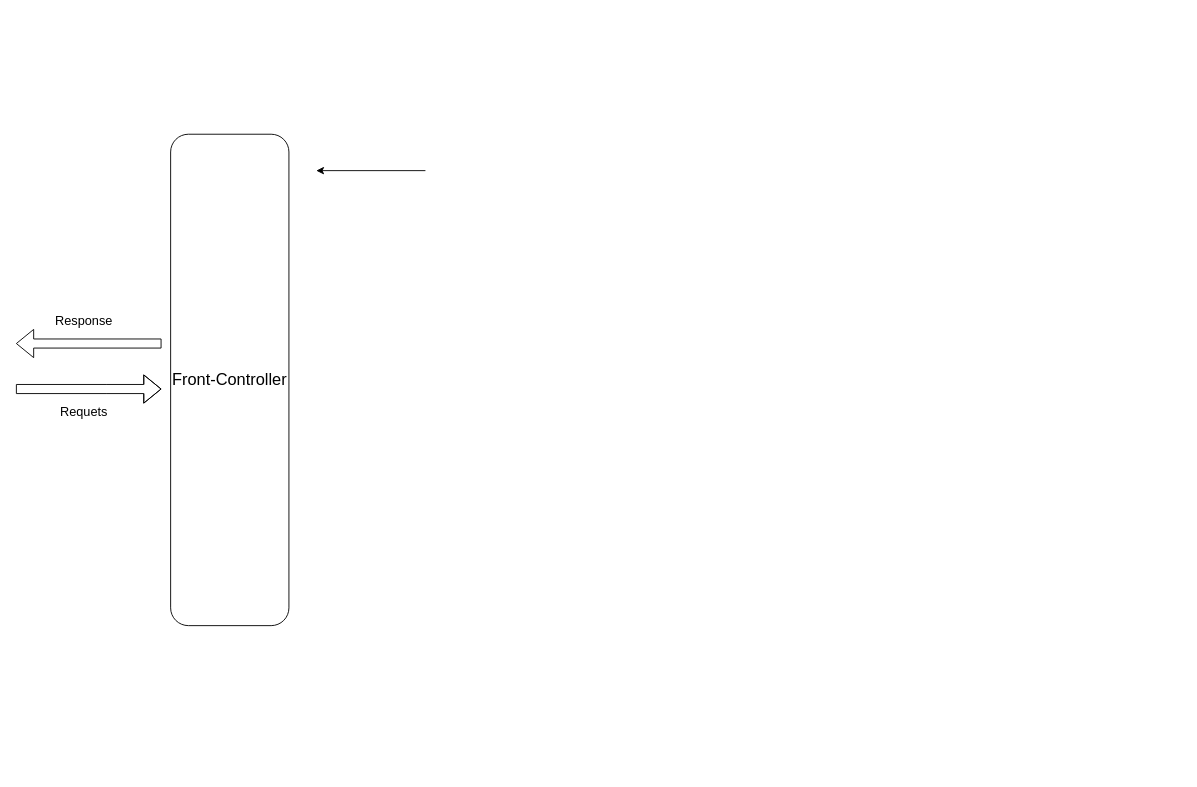
Before: Untitled Diagram.drawio in RealWarm/Board_example, a draw.io diagram. Source tidied: cells renumbered, new cells numbered last; positions are measured from the earlier drawing's top-left corner, leaving out a move shared by most shapes. Both pictures are drawn from the tidied source at 91%, with x=0, y=0 at pixel (15, 134).
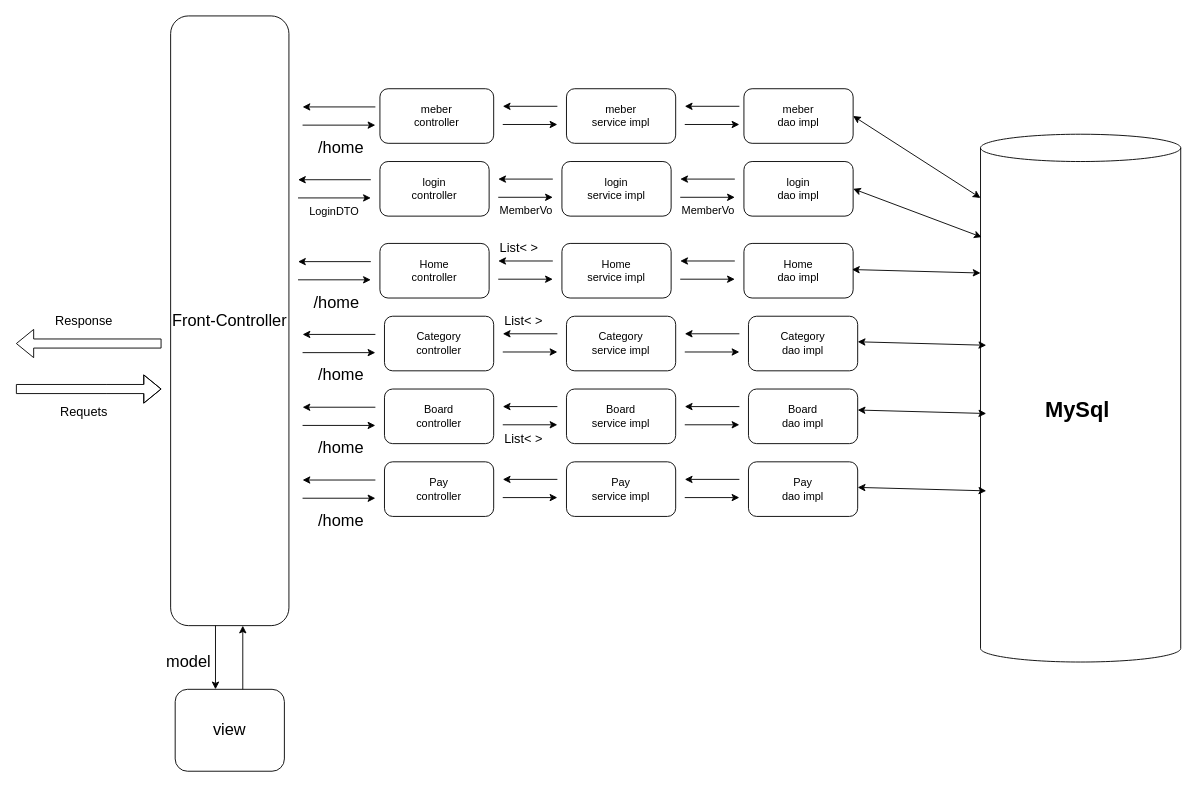
The same page after the edit.

The edit, as a diff of the source:
```diff
@@
     <mxCell id="2" value="&lt;font style=&quot;font-size: 18px&quot;&gt;Front-Controller&lt;/font&gt;" style="rounded=1;whiteSpace=wrap;html=1;" parent="1" vertex="1">
-      <mxGeometry x="170" width="130" height="540" as="geometry" />
+      <mxGeometry x="170" y="-130" width="130" height="670" as="geometry" />
     </mxCell>
@@
     <mxCell id="7" style="endArrow=classic;html=1;" parent="1" edge="1">
       <mxGeometry relative="1" as="geometry">
-        <mxPoint x="450" y="40" as="sourcePoint" />
-        <mxPoint x="330" y="40" as="targetPoint" />
+        <mxPoint x="390" y="140" as="sourcePoint" />
+        <mxPoint x="310" y="140" as="targetPoint" />
       </mxGeometry>
     </mxCell>
+    <mxCell id="8" value="&lt;font style=&quot;font-size: 18px&quot;&gt;view&lt;/font&gt;" style="rounded=1;whiteSpace=wrap;html=1;" parent="1" vertex="1">
+      <mxGeometry x="175" y="610" width="120" height="90" as="geometry" />
+    </mxCell>
+    <mxCell id="9" style="endArrow=classic;html=1;" parent="1" edge="1">
+      <mxGeometry relative="1" as="geometry">
+        <mxPoint x="310" y="160" as="sourcePoint" />
+        <mxPoint x="390" y="160" as="targetPoint" />
+      </mxGeometry>
+    </mxCell>
+    <mxCell id="10" style="endArrow=classic;html=1;" parent="1" edge="1">
+      <mxGeometry relative="1" as="geometry">
+        <mxPoint x="249.3" y="610" as="sourcePoint" />
+        <mxPoint x="249.3" y="540" as="targetPoint" />
+      </mxGeometry>
+    </mxCell>
+    <mxCell id="11" style="endArrow=classic;html=1;" parent="1" edge="1">
+      <mxGeometry relative="1" as="geometry">
+        <mxPoint x="219.3" y="540" as="sourcePoint" />
+        <mxPoint x="219.3" y="610" as="targetPoint" />
+      </mxGeometry>
+    </mxCell>
+    <mxCell id="12" value="&lt;font style=&quot;font-size: 18px&quot;&gt;model&lt;/font&gt;" style="text;html=1;strokeColor=none;fillColor=none;align=center;verticalAlign=middle;whiteSpace=wrap;rounded=0;" parent="1" vertex="1">
+      <mxGeometry x="170" y="570" width="40" height="20" as="geometry" />
+    </mxCell>
+    <mxCell id="13" value="Home&lt;br&gt;controller" style="rounded=1;whiteSpace=wrap;html=1;" parent="1" vertex="1">
+      <mxGeometry x="400" y="120" width="120" height="60" as="geometry" />
+    </mxCell>
+    <mxCell id="14" value="&lt;font style=&quot;font-size: 18px&quot;&gt;/home&lt;/font&gt;" style="text;html=1;strokeColor=none;fillColor=none;align=center;verticalAlign=middle;whiteSpace=wrap;rounded=0;" parent="1" vertex="1">
+      <mxGeometry x="325" y="170" width="55" height="30" as="geometry" />
+    </mxCell>
+    <mxCell id="15" style="endArrow=classic;html=1;" parent="1" edge="1">
+      <mxGeometry relative="1" as="geometry">
+        <mxPoint x="390" y="50" as="sourcePoint" />
+        <mxPoint x="310" y="50" as="targetPoint" />
+      </mxGeometry>
+    </mxCell>
+    <mxCell id="16" style="endArrow=classic;html=1;" parent="1" edge="1">
+      <mxGeometry relative="1" as="geometry">
+        <mxPoint x="310" y="70" as="sourcePoint" />
+        <mxPoint x="390" y="70" as="targetPoint" />
+      </mxGeometry>
+    </mxCell>
+    <mxCell id="17" value="login&lt;br&gt;controller" style="rounded=1;whiteSpace=wrap;html=1;" parent="1" vertex="1">
+      <mxGeometry x="400" y="30" width="120" height="60" as="geometry" />
+    </mxCell>
+    <mxCell id="18" value="login &lt;br&gt;service impl" style="rounded=1;whiteSpace=wrap;html=1;" parent="1" vertex="1">
+      <mxGeometry x="600" y="30" width="120" height="60" as="geometry" />
+    </mxCell>
+    <mxCell id="19" value="login&lt;br&gt;dao impl" style="rounded=1;whiteSpace=wrap;html=1;" parent="1" vertex="1">
+      <mxGeometry x="800" y="30" width="120" height="60" as="geometry" />
+    </mxCell>
+    <mxCell id="20" style="endArrow=classic;html=1;" parent="1" edge="1">
+      <mxGeometry relative="1" as="geometry">
+        <mxPoint x="590" y="49.3" as="sourcePoint" />
+        <mxPoint x="530" y="49.3" as="targetPoint" />
+      </mxGeometry>
+    </mxCell>
+    <mxCell id="21" style="endArrow=classic;html=1;" parent="1" edge="1">
+      <mxGeometry relative="1" as="geometry">
+        <mxPoint x="530" y="69.3" as="sourcePoint" />
+        <mxPoint x="590" y="69.3" as="targetPoint" />
+      </mxGeometry>
+    </mxCell>
+    <mxCell id="22" style="endArrow=classic;html=1;" parent="1" edge="1">
+      <mxGeometry relative="1" as="geometry">
+        <mxPoint x="790" y="49.3" as="sourcePoint" />
+        <mxPoint x="730" y="49.3" as="targetPoint" />
+      </mxGeometry>
+    </mxCell>
+    <mxCell id="23" style="endArrow=classic;html=1;" parent="1" edge="1">
+      <mxGeometry relative="1" as="geometry">
+        <mxPoint x="730" y="69.3" as="sourcePoint" />
+        <mxPoint x="790" y="69.3" as="targetPoint" />
+      </mxGeometry>
+    </mxCell>
+    <mxCell id="24" value="Home&lt;br&gt;service impl" style="rounded=1;whiteSpace=wrap;html=1;" parent="1" vertex="1">
+      <mxGeometry x="600" y="120" width="120" height="60" as="geometry" />
+    </mxCell>
+    <mxCell id="25" value="Home&lt;br&gt;dao impl" style="rounded=1;whiteSpace=wrap;html=1;" parent="1" vertex="1">
+      <mxGeometry x="800" y="120" width="120" height="60" as="geometry" />
+    </mxCell>
+    <mxCell id="26" style="endArrow=classic;html=1;" parent="1" edge="1">
+      <mxGeometry relative="1" as="geometry">
+        <mxPoint x="590" y="139.3" as="sourcePoint" />
+        <mxPoint x="530" y="139.3" as="targetPoint" />
+      </mxGeometry>
+    </mxCell>
+    <mxCell id="27" style="endArrow=classic;html=1;" parent="1" edge="1">
+      <mxGeometry relative="1" as="geometry">
+        <mxPoint x="530" y="159.3" as="sourcePoint" />
+        <mxPoint x="590" y="159.3" as="targetPoint" />
+      </mxGeometry>
+    </mxCell>
+    <mxCell id="28" style="endArrow=classic;html=1;" parent="1" edge="1">
+      <mxGeometry relative="1" as="geometry">
+        <mxPoint x="790" y="139.3" as="sourcePoint" />
+        <mxPoint x="730" y="139.3" as="targetPoint" />
+      </mxGeometry>
+    </mxCell>
+    <mxCell id="29" style="endArrow=classic;html=1;" parent="1" edge="1">
+      <mxGeometry relative="1" as="geometry">
+        <mxPoint x="730" y="159.3" as="sourcePoint" />
+        <mxPoint x="790" y="159.3" as="targetPoint" />
+      </mxGeometry>
+    </mxCell>
+    <mxCell id="30" value="LoginDTO" style="text;html=1;strokeColor=none;fillColor=none;align=center;verticalAlign=middle;whiteSpace=wrap;rounded=0;" parent="1" vertex="1">
+      <mxGeometry x="315" y="70" width="70" height="30" as="geometry" />
+    </mxCell>
+    <mxCell id="31" value="MemberVo" style="text;whiteSpace=wrap;html=1;" parent="1" vertex="1">
+      <mxGeometry x="730" y="70" width="80" height="30" as="geometry" />
+    </mxCell>
+    <mxCell id="32" value="MemberVo" style="text;whiteSpace=wrap;html=1;" parent="1" vertex="1">
+      <mxGeometry x="530" y="70" width="80" height="30" as="geometry" />
+    </mxCell>
+    <mxCell id="33" value="&lt;b&gt;&lt;font style=&quot;font-size: 24px&quot;&gt;MySql&amp;nbsp;&lt;/font&gt;&lt;/b&gt;" style="shape=cylinder3;whiteSpace=wrap;html=1;boundedLbl=1;backgroundOutline=1;size=15;" parent="1" vertex="1">
+      <mxGeometry x="1060" width="220" height="580" as="geometry" />
+    </mxCell>
+    <mxCell id="34" value="&lt;font style=&quot;font-size: 14px&quot;&gt;List&amp;lt; &amp;gt;&lt;/font&gt;" style="text;whiteSpace=wrap;html=1;" parent="1" vertex="1">
+      <mxGeometry x="530" y="110" width="70" height="30" as="geometry" />
+    </mxCell>
+    <mxCell id="35" style="endArrow=classic;startArrow=classic;html=1;entryX=0.006;entryY=0.195;entryDx=0;entryDy=0;entryPerimeter=0;exitX=1;exitY=0.5;exitDx=0;exitDy=0;" parent="1" edge="1" source="19" target="33">
+      <mxGeometry relative="1" as="geometry" />
+    </mxCell>
+    <mxCell id="36" style="endArrow=classic;startArrow=classic;html=1;entryX=0;entryY=0;entryDx=0;entryDy=152.5;entryPerimeter=0;" parent="1" edge="1" target="33">
+      <mxGeometry relative="1" as="geometry">
+        <mxPoint x="918.7" y="148.7" as="sourcePoint" />
+      </mxGeometry>
+    </mxCell>
+    <mxCell id="37" style="endArrow=classic;html=1;" parent="1" edge="1">
+      <mxGeometry relative="1" as="geometry">
+        <mxPoint x="395" y="220" as="sourcePoint" />
+        <mxPoint x="315" y="220" as="targetPoint" />
+      </mxGeometry>
+    </mxCell>
+    <mxCell id="38" style="endArrow=classic;html=1;" parent="1" edge="1">
+      <mxGeometry relative="1" as="geometry">
+        <mxPoint x="315" y="240" as="sourcePoint" />
+        <mxPoint x="395" y="240" as="targetPoint" />
+      </mxGeometry>
+    </mxCell>
+    <mxCell id="39" value="Category&lt;br&gt;controller" style="rounded=1;whiteSpace=wrap;html=1;" parent="1" vertex="1">
+      <mxGeometry x="405" y="200" width="120" height="60" as="geometry" />
+    </mxCell>
+    <mxCell id="40" value="&lt;font style=&quot;font-size: 18px&quot;&gt;/home&lt;/font&gt;" style="text;html=1;strokeColor=none;fillColor=none;align=center;verticalAlign=middle;whiteSpace=wrap;rounded=0;" parent="1" vertex="1">
+      <mxGeometry x="330" y="250" width="55" height="30" as="geometry" />
+    </mxCell>
+    <mxCell id="41" value="Category&lt;br&gt;service impl" style="rounded=1;whiteSpace=wrap;html=1;" parent="1" vertex="1">
+      <mxGeometry x="605" y="200" width="120" height="60" as="geometry" />
+    </mxCell>
+    <mxCell id="42" value="Category&lt;br&gt;dao impl" style="rounded=1;whiteSpace=wrap;html=1;" parent="1" vertex="1">
+      <mxGeometry x="805" y="200" width="120" height="60" as="geometry" />
+    </mxCell>
+    <mxCell id="43" style="endArrow=classic;html=1;" parent="1" edge="1">
+      <mxGeometry relative="1" as="geometry">
+        <mxPoint x="595" y="219.3" as="sourcePoint" />
+        <mxPoint x="535" y="219.3" as="targetPoint" />
+      </mxGeometry>
+    </mxCell>
+    <mxCell id="44" style="endArrow=classic;html=1;" parent="1" edge="1">
+      <mxGeometry relative="1" as="geometry">
+        <mxPoint x="535" y="239.3" as="sourcePoint" />
+        <mxPoint x="595" y="239.3" as="targetPoint" />
+      </mxGeometry>
+    </mxCell>
+    <mxCell id="45" style="endArrow=classic;html=1;" parent="1" edge="1">
+      <mxGeometry relative="1" as="geometry">
+        <mxPoint x="795" y="219.3" as="sourcePoint" />
+        <mxPoint x="735" y="219.3" as="targetPoint" />
+      </mxGeometry>
+    </mxCell>
+    <mxCell id="46" style="endArrow=classic;html=1;" parent="1" edge="1">
+      <mxGeometry relative="1" as="geometry">
+        <mxPoint x="735" y="239.3" as="sourcePoint" />
+        <mxPoint x="795" y="239.3" as="targetPoint" />
+      </mxGeometry>
+    </mxCell>
+    <mxCell id="47" value="&lt;font style=&quot;font-size: 14px&quot;&gt;List&amp;lt; &amp;gt;&lt;/font&gt;" style="text;whiteSpace=wrap;html=1;" parent="1" vertex="1">
+      <mxGeometry x="535" y="190" width="70" height="30" as="geometry" />
+    </mxCell>
+    <mxCell id="48" style="endArrow=classic;html=1;" parent="1" edge="1">
+      <mxGeometry relative="1" as="geometry">
+        <mxPoint x="395" y="300" as="sourcePoint" />
+        <mxPoint x="315" y="300" as="targetPoint" />
+      </mxGeometry>
+    </mxCell>
+    <mxCell id="49" style="endArrow=classic;html=1;" parent="1" edge="1">
+      <mxGeometry relative="1" as="geometry">
+        <mxPoint x="315" y="320" as="sourcePoint" />
+        <mxPoint x="395" y="320" as="targetPoint" />
+      </mxGeometry>
+    </mxCell>
+    <mxCell id="50" value="Board&lt;br&gt;controller" style="rounded=1;whiteSpace=wrap;html=1;" parent="1" vertex="1">
+      <mxGeometry x="405" y="280" width="120" height="60" as="geometry" />
+    </mxCell>
+    <mxCell id="51" value="&lt;font style=&quot;font-size: 18px&quot;&gt;/home&lt;/font&gt;" style="text;html=1;strokeColor=none;fillColor=none;align=center;verticalAlign=middle;whiteSpace=wrap;rounded=0;" parent="1" vertex="1">
+      <mxGeometry x="330" y="330" width="55" height="30" as="geometry" />
+    </mxCell>
+    <mxCell id="52" value="Board&lt;br&gt;service impl" style="rounded=1;whiteSpace=wrap;html=1;" parent="1" vertex="1">
+      <mxGeometry x="605" y="280" width="120" height="60" as="geometry" />
+    </mxCell>
+    <mxCell id="53" value="Board&lt;br&gt;dao impl" style="rounded=1;whiteSpace=wrap;html=1;" parent="1" vertex="1">
+      <mxGeometry x="805" y="280" width="120" height="60" as="geometry" />
+    </mxCell>
+    <mxCell id="54" style="endArrow=classic;html=1;" parent="1" edge="1">
+      <mxGeometry relative="1" as="geometry">
+        <mxPoint x="595" y="299.3" as="sourcePoint" />
+        <mxPoint x="535" y="299.3" as="targetPoint" />
+      </mxGeometry>
+    </mxCell>
+    <mxCell id="55" style="endArrow=classic;html=1;" parent="1" edge="1">
+      <mxGeometry relative="1" as="geometry">
+        <mxPoint x="535" y="319.3" as="sourcePoint" />
+        <mxPoint x="595" y="319.3" as="targetPoint" />
+      </mxGeometry>
+    </mxCell>
+    <mxCell id="56" style="endArrow=classic;html=1;" parent="1" edge="1">
+      <mxGeometry relative="1" as="geometry">
+        <mxPoint x="795" y="299.3" as="sourcePoint" />
+        <mxPoint x="735" y="299.3" as="targetPoint" />
+      </mxGeometry>
+    </mxCell>
+    <mxCell id="57" style="endArrow=classic;html=1;" parent="1" edge="1">
+      <mxGeometry relative="1" as="geometry">
+        <mxPoint x="735" y="319.3" as="sourcePoint" />
+        <mxPoint x="795" y="319.3" as="targetPoint" />
+      </mxGeometry>
+    </mxCell>
+    <mxCell id="58" value="&lt;font style=&quot;font-size: 14px&quot;&gt;List&amp;lt; &amp;gt;&lt;/font&gt;" style="text;whiteSpace=wrap;html=1;" parent="1" vertex="1">
+      <mxGeometry x="535" y="320" width="70" height="30" as="geometry" />
+    </mxCell>
+    <mxCell id="59" style="endArrow=classic;html=1;" parent="1" edge="1">
+      <mxGeometry relative="1" as="geometry">
+        <mxPoint x="395" y="380" as="sourcePoint" />
+        <mxPoint x="315" y="380" as="targetPoint" />
+      </mxGeometry>
+    </mxCell>
+    <mxCell id="60" style="endArrow=classic;html=1;" parent="1" edge="1">
+      <mxGeometry relative="1" as="geometry">
+        <mxPoint x="315" y="400" as="sourcePoint" />
+        <mxPoint x="395" y="400" as="targetPoint" />
+      </mxGeometry>
+    </mxCell>
+    <mxCell id="61" value="Pay&lt;br&gt;controller" style="rounded=1;whiteSpace=wrap;html=1;" parent="1" vertex="1">
+      <mxGeometry x="405" y="360" width="120" height="60" as="geometry" />
+    </mxCell>
+    <mxCell id="62" value="&lt;font style=&quot;font-size: 18px&quot;&gt;/home&lt;/font&gt;" style="text;html=1;strokeColor=none;fillColor=none;align=center;verticalAlign=middle;whiteSpace=wrap;rounded=0;" parent="1" vertex="1">
+      <mxGeometry x="330" y="410" width="55" height="30" as="geometry" />
+    </mxCell>
+    <mxCell id="63" value="Pay&lt;br&gt;service impl" style="rounded=1;whiteSpace=wrap;html=1;" parent="1" vertex="1">
+      <mxGeometry x="605" y="360" width="120" height="60" as="geometry" />
+    </mxCell>
+    <mxCell id="64" value="Pay&lt;br&gt;dao impl" style="rounded=1;whiteSpace=wrap;html=1;" parent="1" vertex="1">
+      <mxGeometry x="805" y="360" width="120" height="60" as="geometry" />
+    </mxCell>
+    <mxCell id="65" style="endArrow=classic;html=1;" parent="1" edge="1">
+      <mxGeometry relative="1" as="geometry">
+        <mxPoint x="595" y="379.3" as="sourcePoint" />
+        <mxPoint x="535" y="379.3" as="targetPoint" />
+      </mxGeometry>
+    </mxCell>
+    <mxCell id="66" style="endArrow=classic;html=1;" parent="1" edge="1">
+      <mxGeometry relative="1" as="geometry">
+        <mxPoint x="535" y="399.3" as="sourcePoint" />
+        <mxPoint x="595" y="399.3" as="targetPoint" />
+      </mxGeometry>
+    </mxCell>
+    <mxCell id="67" style="endArrow=classic;html=1;" parent="1" edge="1">
+      <mxGeometry relative="1" as="geometry">
+        <mxPoint x="795" y="379.3" as="sourcePoint" />
+        <mxPoint x="735" y="379.3" as="targetPoint" />
+      </mxGeometry>
+    </mxCell>
+    <mxCell id="68" style="endArrow=classic;html=1;" parent="1" edge="1">
+      <mxGeometry relative="1" as="geometry">
+        <mxPoint x="735" y="399.3" as="sourcePoint" />
+        <mxPoint x="795" y="399.3" as="targetPoint" />
+      </mxGeometry>
+    </mxCell>
+    <mxCell id="69" style="endArrow=classic;html=1;" parent="1" edge="1">
+      <mxGeometry relative="1" as="geometry">
+        <mxPoint x="395" y="-30" as="sourcePoint" />
+        <mxPoint x="315" y="-30" as="targetPoint" />
+      </mxGeometry>
+    </mxCell>
+    <mxCell id="70" style="endArrow=classic;html=1;" parent="1" edge="1">
+      <mxGeometry relative="1" as="geometry">
+        <mxPoint x="315" y="-10" as="sourcePoint" />
+        <mxPoint x="395" y="-10" as="targetPoint" />
+      </mxGeometry>
+    </mxCell>
+    <mxCell id="71" value="meber&lt;br&gt;controller" style="rounded=1;whiteSpace=wrap;html=1;" parent="1" vertex="1">
+      <mxGeometry x="400" y="-50" width="125" height="60" as="geometry" />
+    </mxCell>
+    <mxCell id="72" value="&lt;font style=&quot;font-size: 18px&quot;&gt;/home&lt;/font&gt;" style="text;html=1;strokeColor=none;fillColor=none;align=center;verticalAlign=middle;whiteSpace=wrap;rounded=0;" parent="1" vertex="1">
+      <mxGeometry x="330" width="55" height="30" as="geometry" />
+    </mxCell>
+    <mxCell id="73" value="meber&lt;br&gt;service impl" style="rounded=1;whiteSpace=wrap;html=1;" parent="1" vertex="1">
+      <mxGeometry x="605" y="-50" width="120" height="60" as="geometry" />
+    </mxCell>
+    <mxCell id="74" value="meber&lt;br&gt;dao impl" style="rounded=1;whiteSpace=wrap;html=1;" parent="1" vertex="1">
+      <mxGeometry x="800" y="-50" width="120" height="60" as="geometry" />
+    </mxCell>
+    <mxCell id="75" style="endArrow=classic;html=1;" parent="1" edge="1">
+      <mxGeometry relative="1" as="geometry">
+        <mxPoint x="595" y="-30.7" as="sourcePoint" />
+        <mxPoint x="535" y="-30.7" as="targetPoint" />
+      </mxGeometry>
+    </mxCell>
+    <mxCell id="76" style="endArrow=classic;html=1;" parent="1" edge="1">
+      <mxGeometry relative="1" as="geometry">
+        <mxPoint x="535" y="-10.7" as="sourcePoint" />
+        <mxPoint x="595" y="-10.7" as="targetPoint" />
+      </mxGeometry>
+    </mxCell>
+    <mxCell id="77" style="endArrow=classic;html=1;" parent="1" edge="1">
+      <mxGeometry relative="1" as="geometry">
+        <mxPoint x="795" y="-30.7" as="sourcePoint" />
+        <mxPoint x="735" y="-30.7" as="targetPoint" />
+      </mxGeometry>
+    </mxCell>
+    <mxCell id="78" style="endArrow=classic;html=1;" parent="1" edge="1">
+      <mxGeometry relative="1" as="geometry">
+        <mxPoint x="735" y="-10.7" as="sourcePoint" />
+        <mxPoint x="795" y="-10.7" as="targetPoint" />
+      </mxGeometry>
+    </mxCell>
+    <mxCell id="79" style="endArrow=classic;startArrow=classic;html=1;" parent="1" edge="1">
+      <mxGeometry relative="1" as="geometry">
+        <mxPoint x="920" y="-20" as="sourcePoint" />
+        <mxPoint x="1060" y="70" as="targetPoint" />
+      </mxGeometry>
+    </mxCell>
+    <mxCell id="80" style="endArrow=classic;startArrow=classic;html=1;entryX=0;entryY=0;entryDx=0;entryDy=152.5;entryPerimeter=0;" parent="1" edge="1">
+      <mxGeometry relative="1" as="geometry">
+        <mxPoint x="925" y="228.1" as="sourcePoint" />
+        <mxPoint x="1066.3" y="231.9" as="targetPoint" />
+      </mxGeometry>
+    </mxCell>
+    <mxCell id="81" style="endArrow=classic;startArrow=classic;html=1;entryX=0;entryY=0;entryDx=0;entryDy=152.5;entryPerimeter=0;" parent="1" edge="1">
+      <mxGeometry relative="1" as="geometry">
+        <mxPoint x="925" y="303.1" as="sourcePoint" />
+        <mxPoint x="1066.3" y="306.9" as="targetPoint" />
+      </mxGeometry>
+    </mxCell>
+    <mxCell id="82" style="endArrow=classic;startArrow=classic;html=1;entryX=0;entryY=0;entryDx=0;entryDy=152.5;entryPerimeter=0;" parent="1" edge="1">
+      <mxGeometry relative="1" as="geometry">
+        <mxPoint x="925" y="388.1" as="sourcePoint" />
+        <mxPoint x="1066.3" y="391.9" as="targetPoint" />
+      </mxGeometry>
+    </mxCell>
```
